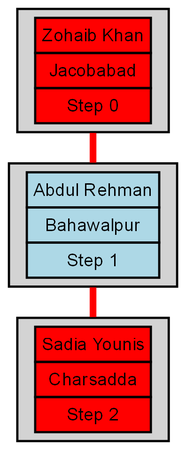
The Graphviz diagram assets/graph.png in Fasih0956/Social-Networking-App-, before a commit. Its source is kept beside it as assets/graph.dot.
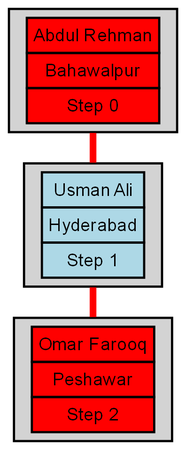
After the change.

What changed in the source:
```diff
@@ -4,10 +4,10 @@
     ranksep=0.2;
     node [shape=box, style=filled, fontname="Arial", fontsize=8];
 
-    "User_32" [label=<<TABLE BORDER="0" CELLBORDER="1" CELLSPACING="0" CELLPADDING="2" BGCOLOR="red"><TR><TD>Zohaib Khan</TD></TR><TR><TD>Jacobabad</TD></TR><TR><TD>Step 0</TD></TR></TABLE>>];
-    "User_12" [label=<<TABLE BORDER="0" CELLBORDER="1" CELLSPACING="0" CELLPADDING="2" BGCOLOR="lightblue"><TR><TD>Abdul Rehman</TD></TR><TR><TD>Bahawalpur</TD></TR><TR><TD>Step 1</TD></TR></TABLE>>];
-    "User_75" [label=<<TABLE BORDER="0" CELLBORDER="1" CELLSPACING="0" CELLPADDING="2" BGCOLOR="red"><TR><TD>Sadia Younis</TD></TR><TR><TD>Charsadda</TD></TR><TR><TD>Step 2</TD></TR></TABLE>>];
+    "User_12" [label=<<TABLE BORDER="0" CELLBORDER="1" CELLSPACING="0" CELLPADDING="2" BGCOLOR="red"><TR><TD>Abdul Rehman</TD></TR><TR><TD>Bahawalpur</TD></TR><TR><TD>Step 0</TD></TR></TABLE>>];
+    "User_7" [label=<<TABLE BORDER="0" CELLBORDER="1" CELLSPACING="0" CELLPADDING="2" BGCOLOR="lightblue"><TR><TD>Usman Ali</TD></TR><TR><TD>Hyderabad</TD></TR><TR><TD>Step 1</TD></TR></TABLE>>];
+    "User_11" [label=<<TABLE BORDER="0" CELLBORDER="1" CELLSPACING="0" CELLPADDING="2" BGCOLOR="red"><TR><TD>Omar Farooq</TD></TR><TR><TD>Peshawar</TD></TR><TR><TD>Step 2</TD></TR></TABLE>>];
 
-    "User_32" -- "User_12" [color=red, penwidth=3];
-    "User_12" -- "User_75" [color=red, penwidth=3];
+    "User_12" -- "User_7" [color=red, penwidth=3];
+    "User_7" -- "User_11" [color=red, penwidth=3];
 }
```
